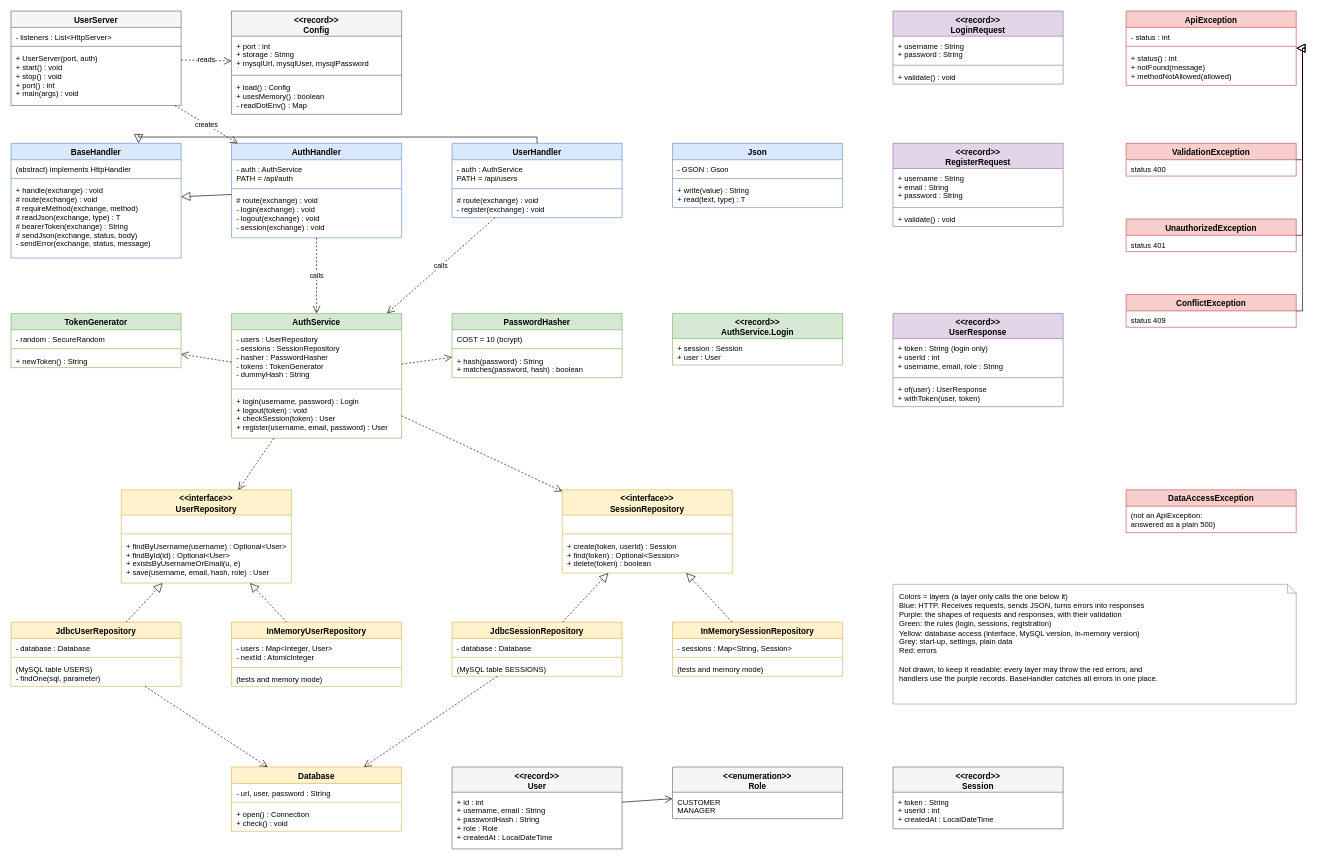
The draw.io diagram docs/02-design/diagrams/class-user-service.drawio in KFUPMer/csce310-bookstore, before the edit. Source tidied: cells renumbered, new cells numbered last; positions are measured from the earlier drawing's top-left corner, leaving out a move shared by most shapes. Both pictures are drawn from the tidied source at 63%, with x=0, y=0 at pixel (11, 11).
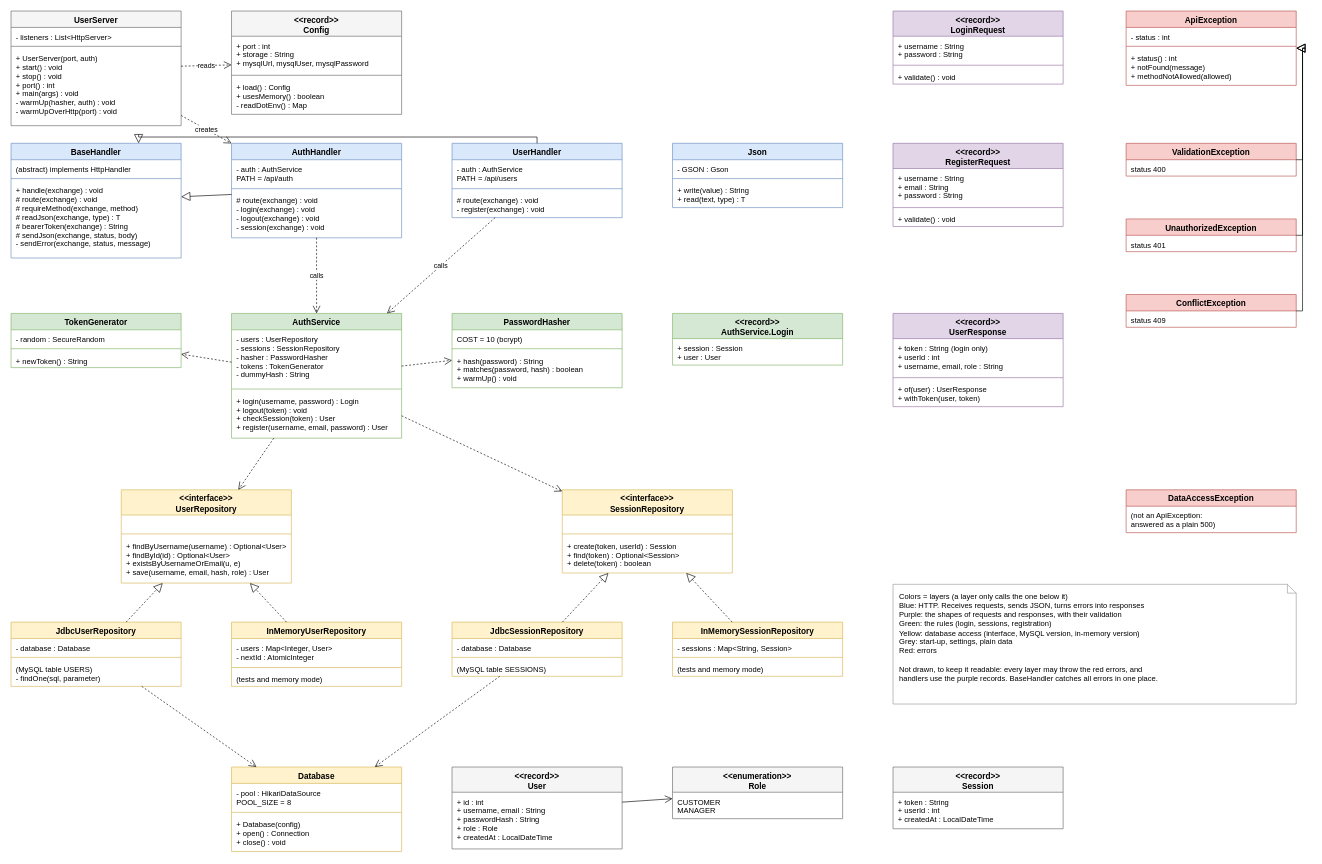
After the change.

What changed in the source:
```diff
@@
     <mxCell id="2" value="UserServer" style="swimlane;fontStyle=1;align=center;verticalAlign=top;horizontal=1;startSize=26;fillColor=#f5f5f5;strokeColor=#666666;fontSize=13;" parent="1" vertex="1">
-      <mxGeometry width="270" height="150" as="geometry" />
+      <mxGeometry width="270" height="182" as="geometry" />
     </mxCell>
@@
-    <mxCell id="5" value="+ UserServer(port, auth)&#10;+ start() : void&#10;+ stop() : void&#10;+ port() : int&#10;+ main(args) : void" style="text;strokeColor=none;fillColor=none;align=left;verticalAlign=top;spacingLeft=6;spacingRight=4;spacingTop=2;overflow=hidden;fontSize=12;" parent="2" vertex="1">
-      <mxGeometry y="60" width="270" height="90" as="geometry" />
+    <mxCell id="5" value="+ UserServer(port, auth)&#10;+ start() : void&#10;+ stop() : void&#10;+ port() : int&#10;+ main(args) : void&#10;- warmUp(hasher, auth) : void&#10;- warmUpOverHttp(port) : void" style="text;strokeColor=none;fillColor=none;align=left;verticalAlign=top;spacingLeft=6;spacingRight=4;spacingTop=2;overflow=hidden;fontSize=12;" parent="2" vertex="1">
+      <mxGeometry y="60" width="270" height="122" as="geometry" />
     </mxCell>
@@
     <mxCell id="46" value="PasswordHasher" style="swimlane;fontStyle=1;align=center;verticalAlign=top;horizontal=1;startSize=26;fillColor=#d5e8d4;strokeColor=#82b366;fontSize=13;" parent="1" vertex="1">
-      <mxGeometry x="700" y="480" width="270" height="102" as="geometry" />
+      <mxGeometry x="700" y="480" width="270" height="118" as="geometry" />
     </mxCell>
@@
-    <mxCell id="49" value="+ hash(password) : String&#10;+ matches(password, hash) : boolean" style="text;strokeColor=none;fillColor=none;align=left;verticalAlign=top;spacingLeft=6;spacingRight=4;spacingTop=2;overflow=hidden;fontSize=12;" parent="46" vertex="1">
-      <mxGeometry y="60" width="270" height="42" as="geometry" />
+    <mxCell id="49" value="+ hash(password) : String&#10;+ matches(password, hash) : boolean&#10;+ warmUp() : void" style="text;strokeColor=none;fillColor=none;align=left;verticalAlign=top;spacingLeft=6;spacingRight=4;spacingTop=2;overflow=hidden;fontSize=12;" parent="46" vertex="1">
+      <mxGeometry y="60" width="270" height="58" as="geometry" />
     </mxCell>
@@
     <mxCell id="76" value="Database" style="swimlane;fontStyle=1;align=center;verticalAlign=top;horizontal=1;startSize=26;fillColor=#fff2cc;strokeColor=#d6b656;fontSize=13;" parent="1" vertex="1">
-      <mxGeometry x="350" y="1200" width="270" height="102" as="geometry" />
+      <mxGeometry x="350" y="1200" width="270" height="134" as="geometry" />
     </mxCell>
-    <mxCell id="77" value="- url, user, password : String" style="text;strokeColor=none;fillColor=none;align=left;verticalAlign=top;spacingLeft=6;spacingRight=4;spacingTop=2;overflow=hidden;fontSize=12;" parent="76" vertex="1">
-      <mxGeometry y="26" width="270" height="26" as="geometry" />
+    <mxCell id="77" value="- pool : HikariDataSource&#10;POOL_SIZE = 8" style="text;strokeColor=none;fillColor=none;align=left;verticalAlign=top;spacingLeft=6;spacingRight=4;spacingTop=2;overflow=hidden;fontSize=12;" parent="76" vertex="1">
+      <mxGeometry y="26" width="270" height="42" as="geometry" />
     </mxCell>
     <mxCell id="78" style="line;strokeWidth=1;fillColor=none;align=left;verticalAlign=middle;spacingTop=-1;spacingLeft=3;spacingRight=3;labelPosition=right;strokeColor=inherit;" parent="76" vertex="1">
-      <mxGeometry y="52" width="270" height="8" as="geometry" />
+      <mxGeometry y="68" width="270" height="8" as="geometry" />
     </mxCell>
-    <mxCell id="79" value="+ open() : Connection&#10;+ check() : void" style="text;strokeColor=none;fillColor=none;align=left;verticalAlign=top;spacingLeft=6;spacingRight=4;spacingTop=2;overflow=hidden;fontSize=12;" parent="76" vertex="1">
-      <mxGeometry y="60" width="270" height="42" as="geometry" />
+    <mxCell id="79" value="+ Database(config)&#10;+ open() : Connection&#10;+ close() : void" style="text;strokeColor=none;fillColor=none;align=left;verticalAlign=top;spacingLeft=6;spacingRight=4;spacingTop=2;overflow=hidden;fontSize=12;" parent="76" vertex="1">
+      <mxGeometry y="76" width="270" height="58" as="geometry" />
     </mxCell>
```
